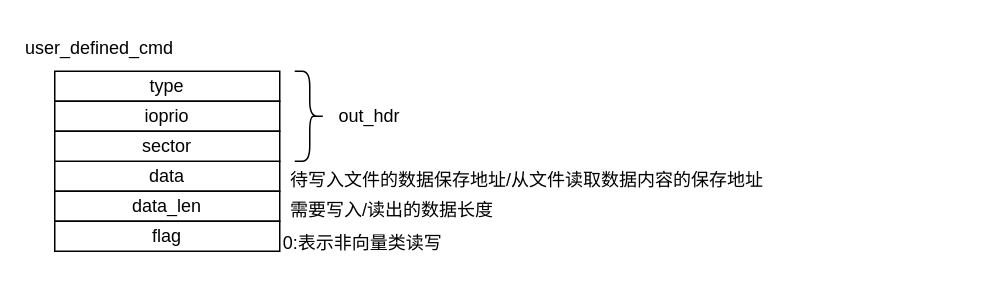
Before: page "第 7 页" (7 of 9) of test1.drawio in jdmfr/dormouse, a draw.io diagram. Source tidied: cells renumbered, new cells numbered last; positions are measured from the earlier drawing's top-left corner, leaving out a move shared by most shapes. Both pictures are drawn from the tidied source at 150%, with x=0, y=0 at pixel (54, 26).
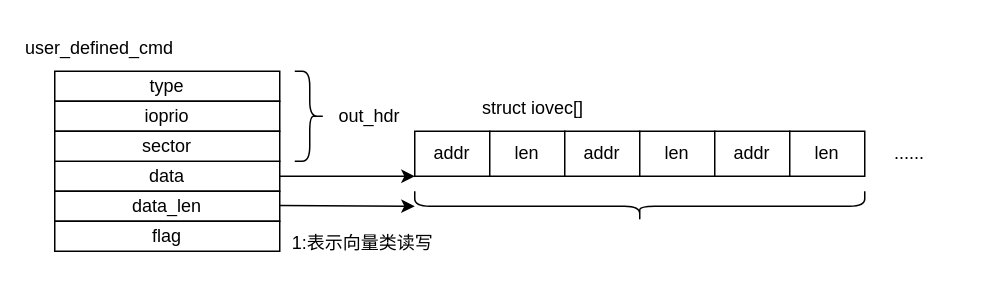
The same diagram, later.

The edit, as a diff of the source:
```diff
@@
-    <mxCell id="11" value="0:表示非向量类读写" style="text;html=1;align=center;verticalAlign=middle;strokeColor=none;fillColor=none;" parent="1" vertex="1">
-      <mxGeometry x="140" y="130" width="130" height="30" as="geometry" />
+    <mxCell id="11" value="1:表示向量类读写" style="text;html=1;align=center;verticalAlign=middle;strokeColor=none;fillColor=none;" parent="1" vertex="1">
+      <mxGeometry x="145" y="130" width="120" height="30" as="geometry" />
     </mxCell>
-    <mxCell id="12" value="待写入文件的数据保存地址/从文件读取数据内容的保存地址" style="text;html=1;align=center;verticalAlign=middle;whiteSpace=wrap;rounded=0;" parent="1" vertex="1">
-      <mxGeometry x="130" y="95" width="370" height="15" as="geometry" />
-    </mxCell>
-    <mxCell id="13" value="需要写入/读出的数据长度" style="text;html=1;align=center;verticalAlign=middle;whiteSpace=wrap;rounded=0;" parent="1" vertex="1">
-      <mxGeometry x="40" y="115" width="370" height="15" as="geometry" />
-    </mxCell>
+    <mxCell id="14" value="addr" style="rounded=0;whiteSpace=wrap;html=1;" parent="1" vertex="1">
+      <mxGeometry x="240" y="70" width="50" height="30" as="geometry" />
+    </mxCell>
+    <mxCell id="15" value="struct iovec[]" style="text;html=1;align=center;verticalAlign=middle;whiteSpace=wrap;rounded=0;" parent="1" vertex="1">
+      <mxGeometry x="274" y="40" width="90" height="30" as="geometry" />
+    </mxCell>
+    <mxCell id="16" value="len" style="rounded=0;whiteSpace=wrap;html=1;" parent="1" vertex="1">
+      <mxGeometry x="290" y="70" width="50" height="30" as="geometry" />
+    </mxCell>
+    <mxCell id="17" value="addr" style="rounded=0;whiteSpace=wrap;html=1;" parent="1" vertex="1">
+      <mxGeometry x="340" y="70" width="50" height="30" as="geometry" />
+    </mxCell>
+    <mxCell id="18" value="len" style="rounded=0;whiteSpace=wrap;html=1;" parent="1" vertex="1">
+      <mxGeometry x="390" y="70" width="50" height="30" as="geometry" />
+    </mxCell>
+    <mxCell id="19" value="addr" style="rounded=0;whiteSpace=wrap;html=1;" parent="1" vertex="1">
+      <mxGeometry x="440" y="70" width="50" height="30" as="geometry" />
+    </mxCell>
+    <mxCell id="20" value="len" style="rounded=0;whiteSpace=wrap;html=1;" parent="1" vertex="1">
+      <mxGeometry x="490" y="70" width="50" height="30" as="geometry" />
+    </mxCell>
+    <mxCell id="21" value="......" style="text;html=1;align=center;verticalAlign=middle;whiteSpace=wrap;rounded=0;" parent="1" vertex="1">
+      <mxGeometry x="540" y="70" width="60" height="30" as="geometry" />
+    </mxCell>
+    <mxCell id="22" style="endArrow=classic;html=1;rounded=0;" parent="1" edge="1">
+      <mxGeometry relative="1" as="geometry">
+        <mxPoint x="150" y="100" as="sourcePoint" />
+        <mxPoint x="240" y="100" as="targetPoint" />
+      </mxGeometry>
+    </mxCell>
+    <mxCell id="23" style="endArrow=classic;html=1;rounded=0;" parent="1" edge="1">
+      <mxGeometry relative="1" as="geometry">
+        <mxPoint x="150" y="119.5" as="sourcePoint" />
+        <mxPoint x="240" y="120" as="targetPoint" />
+      </mxGeometry>
+    </mxCell>
+    <mxCell id="24" style="shape=curlyBracket;whiteSpace=wrap;html=1;rounded=1;labelPosition=left;verticalLabelPosition=middle;align=right;verticalAlign=middle;rotation=-90;size=0.5;" parent="1" vertex="1">
+      <mxGeometry x="380" y="-30" width="20" height="300" as="geometry" />
+    </mxCell>
```
